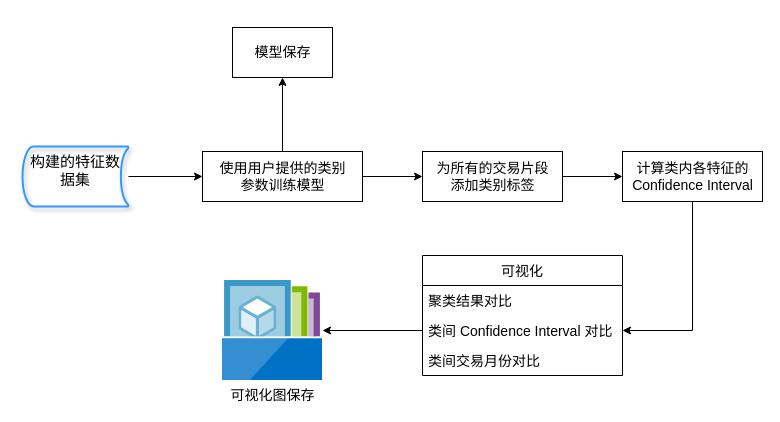
The draw.io diagram reports/figures/framework/km_model.drawio in xhan97/gasAnalysis, before the edit. Source tidied: cells renumbered, new cells numbered last; positions are measured from the earlier drawing's top-left corner, leaving out a move shared by most shapes. Both pictures are drawn from the tidied source at 100%, with x=0, y=0 at pixel (22, 27).
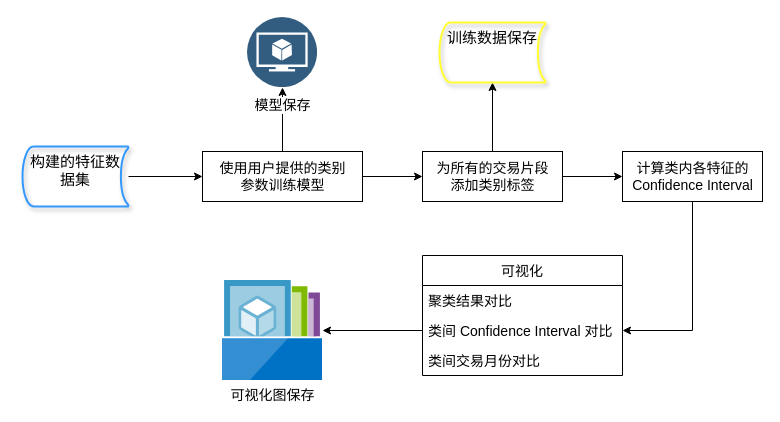
Above is the later version.

What changed in the source:
```diff
@@
 <mxGraphModel>
   <root>
     <mxCell id="0" />
     <mxCell id="1" parent="0" />
     <mxCell id="2" style="edgeStyle=orthogonalEdgeStyle;rounded=0;jettySize=auto;html=1;fontSize=14;" parent="1" edge="1" source="3" target="6">
       <mxGeometry relative="1" as="geometry" />
     </mxCell>
     <mxCell id="3" value="构建的特征数据集" style="strokeWidth=2;html=1;shape=mxgraph.flowchart.stored_data;whiteSpace=wrap;shadow=1;fillColor=none;gradientColor=none;verticalAlign=top;strokeColor=#3399FF;fontColor=#000000;sketch=0;dashed=0;fontStyle=0;fontSize=15;" parent="1" vertex="1">
       <mxGeometry y="119" width="106" height="60" as="geometry" />
     </mxCell>
     <mxCell id="4" style="edgeStyle=orthogonalEdgeStyle;rounded=0;jettySize=auto;html=1;entryX=0;entryY=0.5;entryDx=0;entryDy=0;fontSize=14;" parent="1" edge="1" source="6" target="8">
       <mxGeometry relative="1" as="geometry" />
     </mxCell>
-    <mxCell id="5" style="edgeStyle=orthogonalEdgeStyle;rounded=0;jettySize=auto;html=1;entryX=0.5;entryY=1;entryDx=0;entryDy=0;fontSize=14;" parent="1" edge="1" source="6" target="9">
+    <mxCell id="5" style="edgeStyle=orthogonalEdgeStyle;rounded=0;jettySize=auto;html=1;entryX=0.5;entryY=1;entryDx=0;entryDy=0;" parent="1" edge="1" source="6" target="9">
       <mxGeometry relative="1" as="geometry" />
     </mxCell>
     <mxCell id="6" value="&lt;font style=&quot;font-size: 14px&quot;&gt;使用用户提供的类别&lt;br&gt;参数训练模型&lt;/font&gt;" style="html=1;dashed=0;whitespace=wrap;" parent="1" vertex="1">
       <mxGeometry x="180" y="124" width="160" height="50" as="geometry" />
     </mxCell>
     <mxCell id="7" style="edgeStyle=orthogonalEdgeStyle;rounded=0;jettySize=auto;html=1;entryX=0;entryY=0.5;entryDx=0;entryDy=0;fontSize=14;" parent="1" edge="1" source="8" target="11">
       <mxGeometry relative="1" as="geometry" />
     </mxCell>
+    <mxCell id="18" style="edgeStyle=orthogonalEdgeStyle;rounded=0;jettySize=auto;html=1;entryX=0.5;entryY=1;entryDx=0;entryDy=0;entryPerimeter=0;fontSize=14;fontColor=#000000;" parent="1" edge="1" source="8" target="19">
+      <mxGeometry relative="1" as="geometry" />
+    </mxCell>
     <mxCell id="8" value="为所有的交易片段&lt;br style=&quot;font-size: 14px;&quot;&gt;添加类别标签" style="html=1;dashed=0;whitespace=wrap;fontSize=14;" parent="1" vertex="1">
       <mxGeometry x="400" y="124" width="140" height="50" as="geometry" />
     </mxCell>
-    <mxCell id="9" value="&lt;font style=&quot;font-size: 14px&quot;&gt;模型保存&lt;/font&gt;" style="html=1;dashed=0;whitespace=wrap;" parent="1" vertex="1">
-      <mxGeometry x="210" width="100" height="50" as="geometry" />
-    </mxCell>
     <mxCell id="10" style="edgeStyle=orthogonalEdgeStyle;rounded=0;jettySize=auto;html=1;entryX=1;entryY=0.5;entryDx=0;entryDy=0;fontSize=14;" parent="1" edge="1" source="11" target="14">
       <mxGeometry relative="1" as="geometry" />
     </mxCell>
     <mxCell id="11" value="计算类内各特征的&lt;br&gt;Confidence Interval" style="html=1;dashed=0;whitespace=wrap;fontSize=14;" parent="1" vertex="1">
       <mxGeometry x="600" y="124" width="140" height="50" as="geometry" />
     </mxCell>
     <mxCell id="12" value="可视化" style="swimlane;fontStyle=0;horizontal=1;startSize=30;fontSize=14;" parent="1" vertex="1">
       <mxGeometry x="400" y="228" width="200" height="120" as="geometry" />
     </mxCell>
     <mxCell id="13" value="聚类结果对比" style="text;strokeColor=none;fillColor=none;align=left;verticalAlign=middle;spacingLeft=4;spacingRight=4;overflow=hidden;fontSize=14;" parent="12" vertex="1">
       <mxGeometry y="30" width="200" height="30" as="geometry" />
     </mxCell>
     <mxCell id="14" value="类间 Confidence Interval 对比" style="text;strokeColor=none;fillColor=none;align=left;verticalAlign=middle;spacingLeft=4;spacingRight=4;overflow=hidden;points=[[0,0.5],[1,0.5]];portConstraint=eastwest;fontSize=14;" parent="12" vertex="1">
       <mxGeometry y="60" width="200" height="30" as="geometry" />
     </mxCell>
     <mxCell id="15" value="类间交易月份对比" style="text;strokeColor=none;fillColor=none;align=left;verticalAlign=middle;spacingLeft=4;spacingRight=4;overflow=hidden;fontSize=14;" parent="12" vertex="1">
       <mxGeometry y="90" width="200" height="30" as="geometry" />
     </mxCell>
     <mxCell id="16" value="&lt;font style=&quot;font-size: 14px&quot;&gt;可视化图保存&lt;/font&gt;" style="sketch=0;html=1;points=[];align=center;image;fontSize=12;image=img/lib/mscae/Shared_Image_Galleries.svg;" parent="1" vertex="1">
       <mxGeometry x="200" y="253" width="100" height="100" as="geometry" />
     </mxCell>
     <mxCell id="17" style="edgeStyle=orthogonalEdgeStyle;rounded=0;jettySize=auto;html=1;fontSize=14;" parent="1" edge="1" source="14" target="16">
       <mxGeometry relative="1" as="geometry" />
     </mxCell>
+    <mxCell id="9" value="&lt;font color=&quot;#000000&quot; style=&quot;font-size: 14px&quot;&gt;模型保存&lt;/font&gt;" style="perimeter=ellipsePerimeter;html=1;align=center;shadow=0;dashed=0;fontColor=#4277BB;labelBackgroundColor=#ffffff;fontSize=12;spacingTop=3;image;image=img/lib/ibm/data/model.svg;" parent="1" vertex="1">
+      <mxGeometry x="225" y="-10" width="70" height="70" as="geometry" />
+    </mxCell>
+    <mxCell id="19" value="训练数据保存" style="strokeWidth=2;html=1;shape=mxgraph.flowchart.stored_data;whiteSpace=wrap;shadow=1;fillColor=none;gradientColor=none;verticalAlign=top;strokeColor=#FFFF33;fontColor=#000000;sketch=0;dashed=0;fontStyle=0;fontSize=15;" parent="1" vertex="1">
+      <mxGeometry x="417" y="-5" width="106" height="60" as="geometry" />
+    </mxCell>
   </root>
 </mxGraphModel>
```
